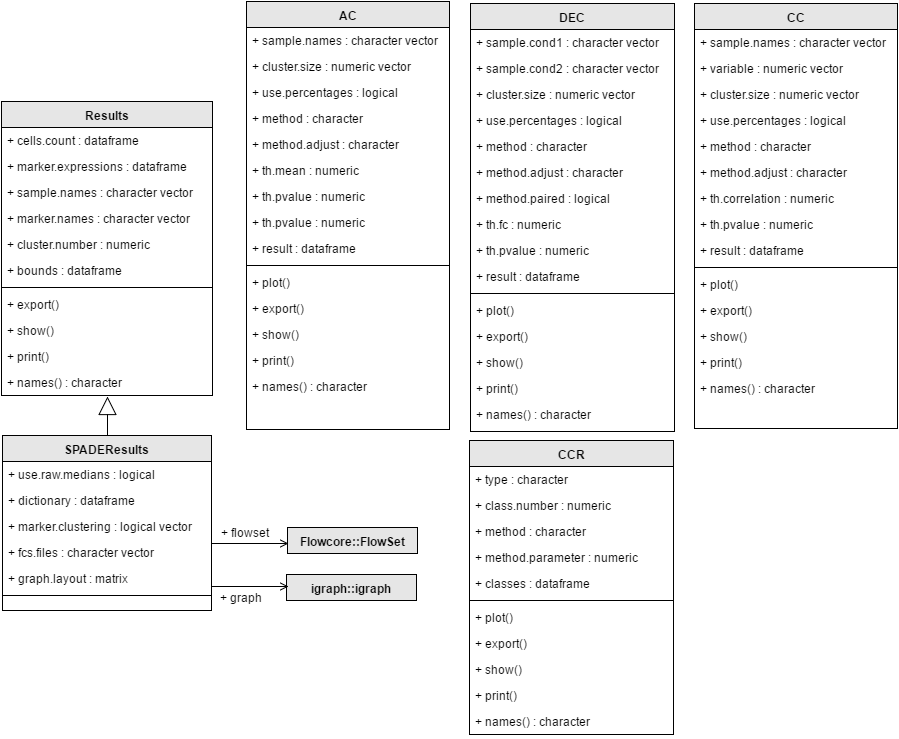
Earlier version of the draw.io export README.figures/UMLDiagram.png (hjanime/SPADEVizR). Source tidied: cells renumbered, new cells last; positions are measured from the earlier drawing's top-left corner, leaving out a move shared by most shapes.
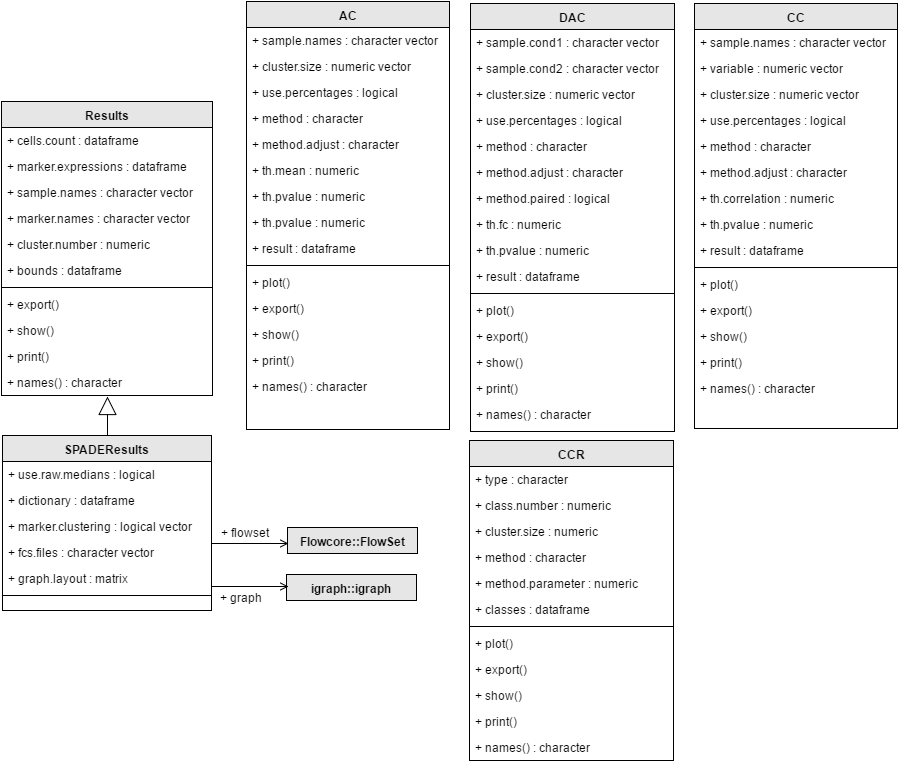
Later version of the same file.

Change to the diagram source:
```diff
@@ -38,7 +38,7 @@
     <mxCell id="13" value="+ names&lt;span style=&quot;line-height: 1.2&quot;&gt;() :&amp;nbsp;&lt;/span&gt;&lt;span&gt;character&lt;/span&gt;" style="text;html=1;strokeColor=none;fillColor=none;align=left;verticalAlign=top;spacingLeft=4;spacingRight=4;whiteSpace=wrap;overflow=hidden;points=[[0,0.5],[1,0.5]];portConstraint=eastwest;" parent="2" vertex="1">
       <mxGeometry y="268" width="211" height="26" as="geometry" />
     </mxCell>
-    <mxCell id="14" value="DEC" style="swimlane;html=1;fontStyle=1;align=center;verticalAlign=top;horizontal=1;startSize=26;swimlaneFillColor=#ffffff;gradientColor=none;fillColor=#E6E6E6;" parent="1" vertex="1">
+    <mxCell id="14" value="DAC" style="swimlane;html=1;fontStyle=1;align=center;verticalAlign=top;horizontal=1;startSize=26;swimlaneFillColor=#ffffff;gradientColor=none;fillColor=#E6E6E6;" parent="1" vertex="1">
       <mxGeometry x="469" y="2" width="204" height="428" as="geometry" />
     </mxCell>
     <mxCell id="15" value="+ sample.cond1 :&amp;nbsp;&lt;span&gt;character vector&lt;/span&gt;" style="text;html=1;strokeColor=none;fillColor=none;align=left;verticalAlign=top;spacingLeft=4;spacingRight=4;whiteSpace=wrap;overflow=hidden;" parent="14" vertex="1">
@@ -213,7 +213,7 @@
       <mxGeometry x="286" y="526" width="130" height="26" as="geometry" />
     </mxCell>
     <mxCell id="72" value="CCR" style="swimlane;html=1;fontStyle=1;align=center;verticalAlign=top;horizontal=1;startSize=26;swimlaneFillColor=#ffffff;fillColor=#E6E6E6;" parent="1" vertex="1">
-      <mxGeometry x="468" y="439" width="204" height="294" as="geometry" />
+      <mxGeometry x="468" y="439" width="204" height="320" as="geometry" />
     </mxCell>
     <mxCell id="73" value="+ type : character" style="text;html=1;strokeColor=none;fillColor=none;align=left;verticalAlign=top;spacingLeft=4;spacingRight=4;whiteSpace=wrap;overflow=hidden;" parent="72" vertex="1">
       <mxGeometry y="26" width="204" height="26" as="geometry" />
@@ -221,32 +221,35 @@
     <mxCell id="74" value="+ class.numb&lt;span style=&quot;line-height: 1.2&quot;&gt;er : numeric&lt;/span&gt;" style="text;html=1;strokeColor=none;fillColor=none;align=left;verticalAlign=top;spacingLeft=4;spacingRight=4;whiteSpace=wrap;overflow=hidden;" parent="72" vertex="1">
       <mxGeometry y="52" width="204" height="26" as="geometry" />
     </mxCell>
+    <mxCell id="91" value="+ cluster.size&amp;nbsp;&lt;span style=&quot;line-height: 1.2&quot;&gt;: numeric&lt;/span&gt;" style="text;html=1;strokeColor=none;fillColor=none;align=left;verticalAlign=top;spacingLeft=4;spacingRight=4;whiteSpace=wrap;overflow=hidden;" parent="72" vertex="1">
+      <mxGeometry y="78" width="204" height="26" as="geometry" />
+    </mxCell>
     <mxCell id="75" value="+ method :&amp;nbsp;&lt;span&gt;character&lt;/span&gt;" style="text;html=1;strokeColor=none;fillColor=none;align=left;verticalAlign=top;spacingLeft=4;spacingRight=4;whiteSpace=wrap;overflow=hidden;" parent="72" vertex="1">
-      <mxGeometry y="78" width="204" height="26" as="geometry" />
+      <mxGeometry y="104" width="204" height="26" as="geometry" />
     </mxCell>
     <mxCell id="76" value="+ method.parameter :&amp;nbsp;&lt;span&gt;numeric&lt;/span&gt;" style="text;html=1;strokeColor=none;fillColor=none;align=left;verticalAlign=top;spacingLeft=4;spacingRight=4;whiteSpace=wrap;overflow=hidden;" parent="72" vertex="1">
-      <mxGeometry y="104" width="204" height="26" as="geometry" />
+      <mxGeometry y="130" width="204" height="26" as="geometry" />
     </mxCell>
     <mxCell id="77" value="+ classes : dataframe" style="text;html=1;strokeColor=none;fillColor=none;align=left;verticalAlign=top;spacingLeft=4;spacingRight=4;whiteSpace=wrap;overflow=hidden;" parent="72" vertex="1">
-      <mxGeometry y="130" width="204" height="26" as="geometry" />
+      <mxGeometry y="156" width="204" height="26" as="geometry" />
     </mxCell>
     <mxCell id="78" style="line;html=1;strokeWidth=1;fillColor=none;align=left;verticalAlign=middle;spacingTop=-1;spacingLeft=3;spacingRight=3;labelPosition=right;" parent="72" vertex="1">
-      <mxGeometry y="156" width="204" height="8" as="geometry" />
+      <mxGeometry y="182" width="204" height="8" as="geometry" />
     </mxCell>
     <mxCell id="79" value="+ plot()" style="text;html=1;strokeColor=none;fillColor=none;align=left;verticalAlign=top;spacingLeft=4;spacingRight=4;whiteSpace=wrap;overflow=hidden;" parent="72" vertex="1">
-      <mxGeometry y="164" width="204" height="26" as="geometry" />
+      <mxGeometry y="190" width="204" height="26" as="geometry" />
     </mxCell>
     <mxCell id="80" value="+ export()" style="text;html=1;strokeColor=none;fillColor=none;align=left;verticalAlign=top;spacingLeft=4;spacingRight=4;whiteSpace=wrap;overflow=hidden;" parent="72" vertex="1">
-      <mxGeometry y="190" width="204" height="26" as="geometry" />
+      <mxGeometry y="216" width="204" height="26" as="geometry" />
     </mxCell>
     <mxCell id="81" value="+ show&lt;span style=&quot;line-height: 1.2&quot;&gt;()&lt;/span&gt;" style="text;html=1;strokeColor=none;fillColor=none;align=left;verticalAlign=top;spacingLeft=4;spacingRight=4;whiteSpace=wrap;overflow=hidden;" parent="72" vertex="1">
-      <mxGeometry y="216" width="204" height="26" as="geometry" />
+      <mxGeometry y="242" width="204" height="26" as="geometry" />
     </mxCell>
     <mxCell id="82" value="+ print&lt;span style=&quot;line-height: 1.2&quot;&gt;()&lt;/span&gt;" style="text;html=1;strokeColor=none;fillColor=none;align=left;verticalAlign=top;spacingLeft=4;spacingRight=4;whiteSpace=wrap;overflow=hidden;" parent="72" vertex="1">
-      <mxGeometry y="242" width="204" height="26" as="geometry" />
+      <mxGeometry y="268" width="204" height="26" as="geometry" />
     </mxCell>
     <mxCell id="83" value="+ names&lt;span style=&quot;line-height: 1.2&quot;&gt;() :&amp;nbsp;&lt;/span&gt;&lt;span&gt;character&lt;/span&gt;" style="text;html=1;strokeColor=none;fillColor=none;align=left;verticalAlign=top;spacingLeft=4;spacingRight=4;whiteSpace=wrap;overflow=hidden;" parent="72" vertex="1">
-      <mxGeometry y="268" width="204" height="26" as="geometry" />
+      <mxGeometry y="294" width="204" height="26" as="geometry" />
     </mxCell>
     <mxCell id="84" value="+&amp;nbsp;flowset" style="text;html=1;strokeColor=none;fillColor=none;align=left;verticalAlign=top;spacingLeft=4;spacingRight=4;whiteSpace=wrap;overflow=hidden;" parent="1" vertex="1">
       <mxGeometry x="214" y="518" width="100" height="26" as="geometry" />
```
